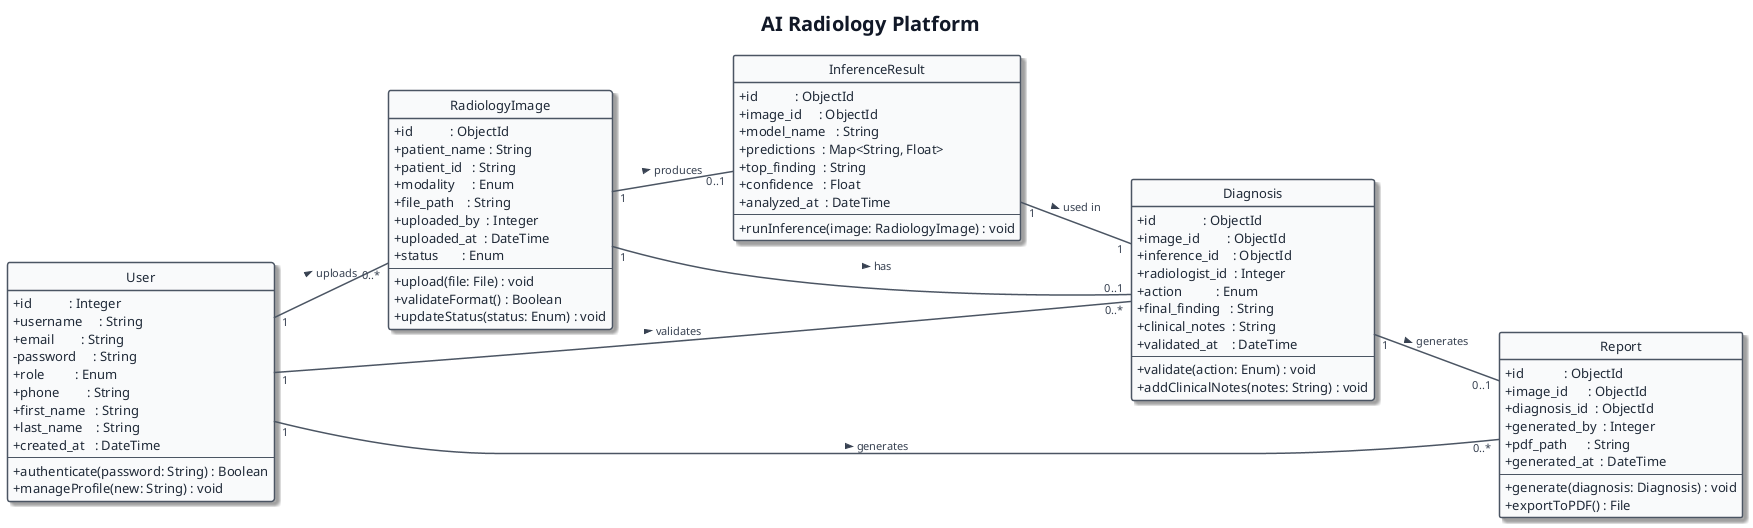
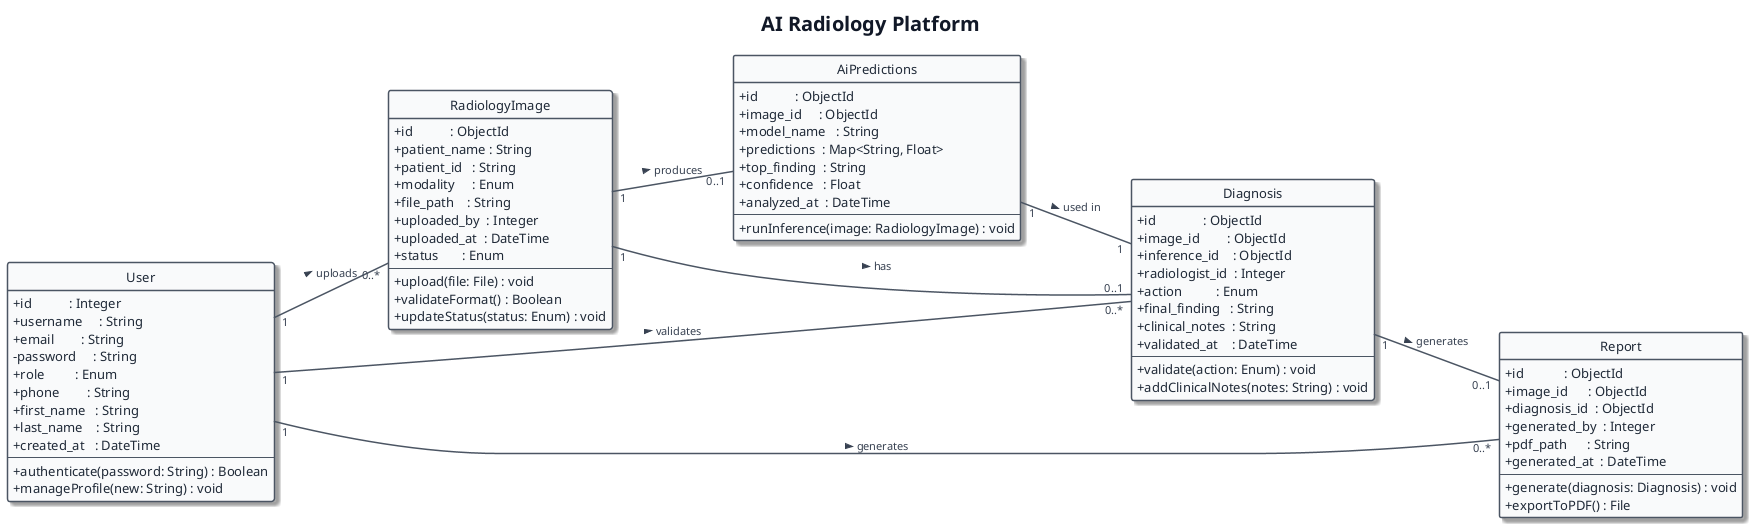
@startuml AI Radiology Platform
hide circle
skinparam shadowing true

skinparam title {
    FontName Segoe UI
    FontSize 20
    FontStyle bold
    FontColor #111827
    BorderColor transparent
    BackgroundColor transparent
}

title AI Radiology Platform

skinparam defaultFontName Segoe UI
skinparam defaultFontSize 13

skinparam class {
    BackgroundColor #F9FAFB
    BorderColor #4B5563
    FontColor #111827
    AttributeFontColor #1F2937
    HeaderFontColor #FFFFFF
    HeaderFontSize 14
    HeaderFontStyle bold
    RoundCorner 12
    BorderThickness 1.5
}

skinparam classAttributeIconSize 0
skinparam ArrowColor #4B5563
skinparam ArrowThickness 1.5
skinparam ArrowFontName Segoe UI
skinparam ArrowFontSize 11
skinparam ArrowFontColor #374151

left to right direction

' ── SQL Table ──
class User {
    + id           : Integer
    + username     : String
    + email        : String
    - password     : String
    + role         : Enum
    + phone        : String
    + first_name   : String
    + last_name    : String
    + created_at   : DateTime
    --
    + authenticate(password: String) : Boolean
    + manageProfile(new: String) : void
}

' ── MongoDB Documents ──
class RadiologyImage {
    + id           : ObjectId
    + patient_name : String
    + patient_id   : String
    + modality     : Enum
    + file_path    : String
    + uploaded_by  : Integer
    + uploaded_at  : DateTime
    + status       : Enum
    --
    + upload(file: File) : void
    + validateFormat() : Boolean
    + updateStatus(status: Enum) : void
}

- class InferenceResult {
+ class AiPredictions {
    + id           : ObjectId
    + image_id     : ObjectId
    + model_name   : String
    + predictions  : Map<String, Float>
    + top_finding  : String
    + confidence   : Float
    + analyzed_at  : DateTime
    --
    + runInference(image: RadiologyImage) : void
}

class Diagnosis {
    + id              : ObjectId
    + image_id        : ObjectId
    + inference_id    : ObjectId
    + radiologist_id  : Integer
    + action          : Enum
    + final_finding   : String
    + clinical_notes  : String
    + validated_at    : DateTime
    --
    + validate(action: Enum) : void
    + addClinicalNotes(notes: String) : void
}

class Report {
    + id            : ObjectId
    + image_id      : ObjectId
    + diagnosis_id  : ObjectId
    + generated_by  : Integer
    + pdf_path      : String
    + generated_at  : DateTime
    --
    + generate(diagnosis: Diagnosis) : void
    + exportToPDF() : File
}

' ── Relationships ──
User           "1" -- "0..*" RadiologyImage   : uploads >
- RadiologyImage "1" -- "0..1" InferenceResult  : produces >
+ RadiologyImage "1" -- "0..1" AiPredictions  : produces >
RadiologyImage "1" -- "0..1" Diagnosis        : has >
- InferenceResult "1" -- "1"   Diagnosis        : used in >
+ AiPredictions "1" -- "1"   Diagnosis        : used in >
Diagnosis      "1" -- "0..1" Report           : generates >
User           "1" -- "0..*" Diagnosis        : validates >
User           "1" -- "0..*" Report           : generates >

@enduml